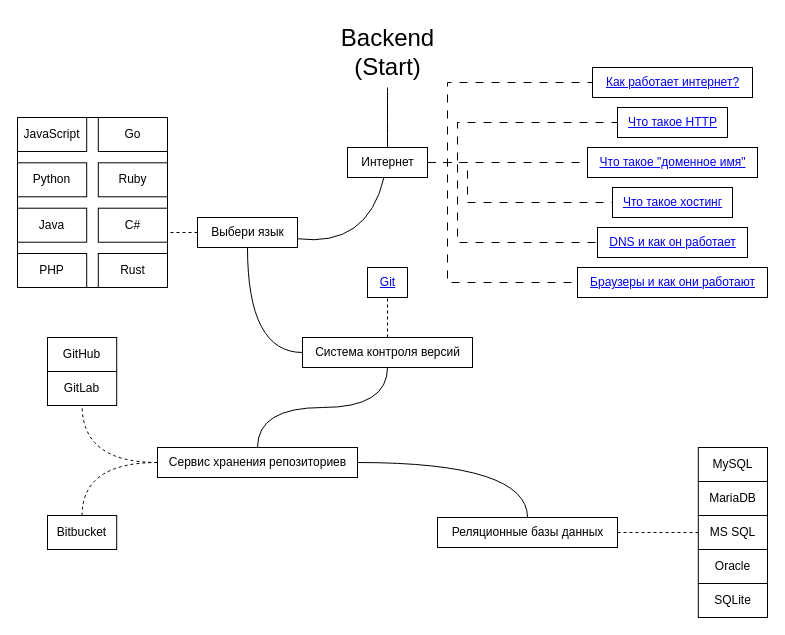
Earlier version of the draw.io diagram page "Backend-development" (1 of 8) of Backend_roadmap.drawio (SilNuxx/Backend_roadmap). Source tidied: cells renumbered, new cells numbered last; positions are measured from the earlier drawing's top-left corner, leaving out a move shared by most shapes. Both pictures are drawn from the tidied source at 100%, with x=0, y=0 at pixel (17, 17).
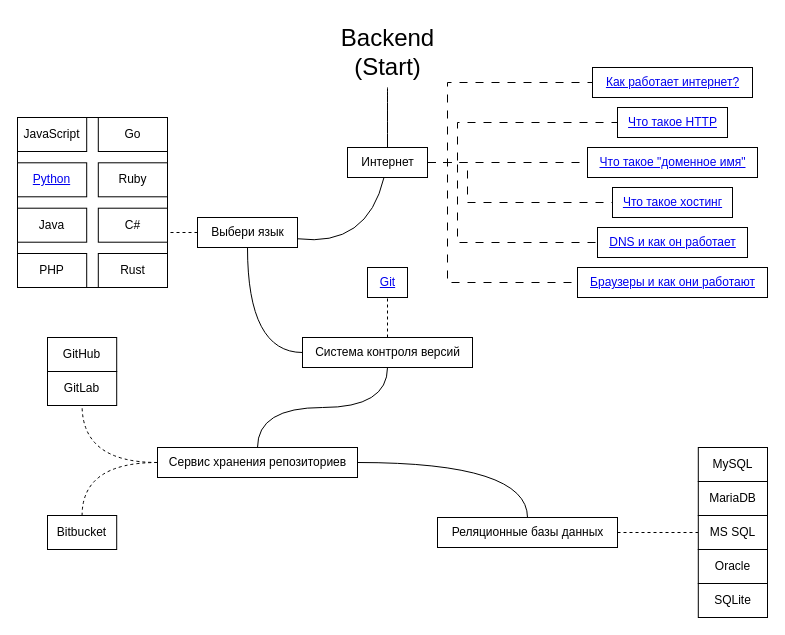
After the change.

Commit message:
Add link from Backend_roadmap in Python_roadmap

The change refers to these unchanged cells:
```xml
<mxCell id="21" style="group;strokeColor=default;" parent="1" vertex="1">
  <mxGeometry y="100" width="150" height="170" as="geometry" />
</mxCell>
```

Diff of the diagram source:
```diff
@@
-    <mxCell id="24" value="Python" style="rounded=0;whiteSpace=wrap;html=1;" parent="21" vertex="1">
+    <mxCell id="24" value="&lt;a href=&quot;https://github.com/SilNuxx/Backend_roadmap/blob/main/Python_roadmap.drawio&quot;&gt;Python&lt;/a&gt;" style="rounded=0;whiteSpace=wrap;html=1;" parent="21" vertex="1">
       <mxGeometry y="45.3" width="69.2" height="34" as="geometry" />
     </mxCell>
```
